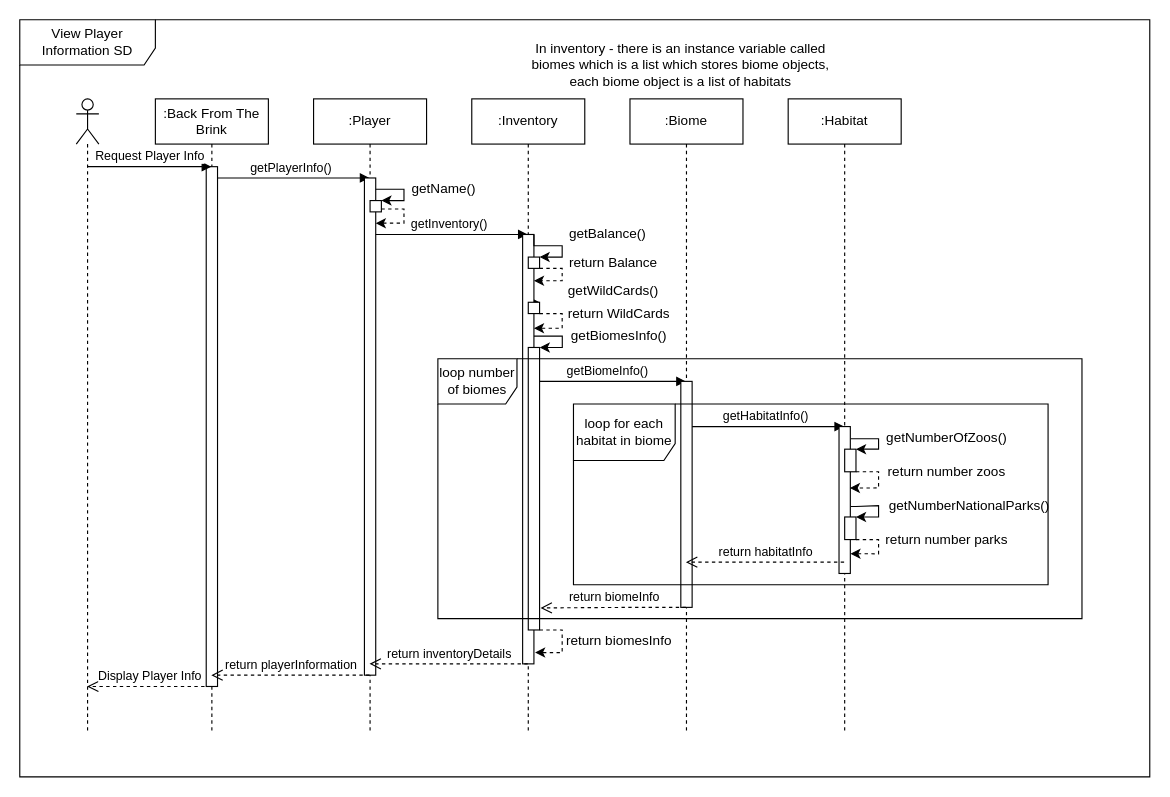
Earlier version of the draw.io diagram Documentation/Sequence Diagrams/View Player Information SD (draft).drawio (cmcgarry5/csc2058-2021-g25). Source tidied: cells renumbered, new cells numbered last; positions are measured from the earlier drawing's top-left corner, leaving out a move shared by most shapes. Both pictures are drawn from the tidied source at 113%, with x=0, y=0 at pixel (19, 19).
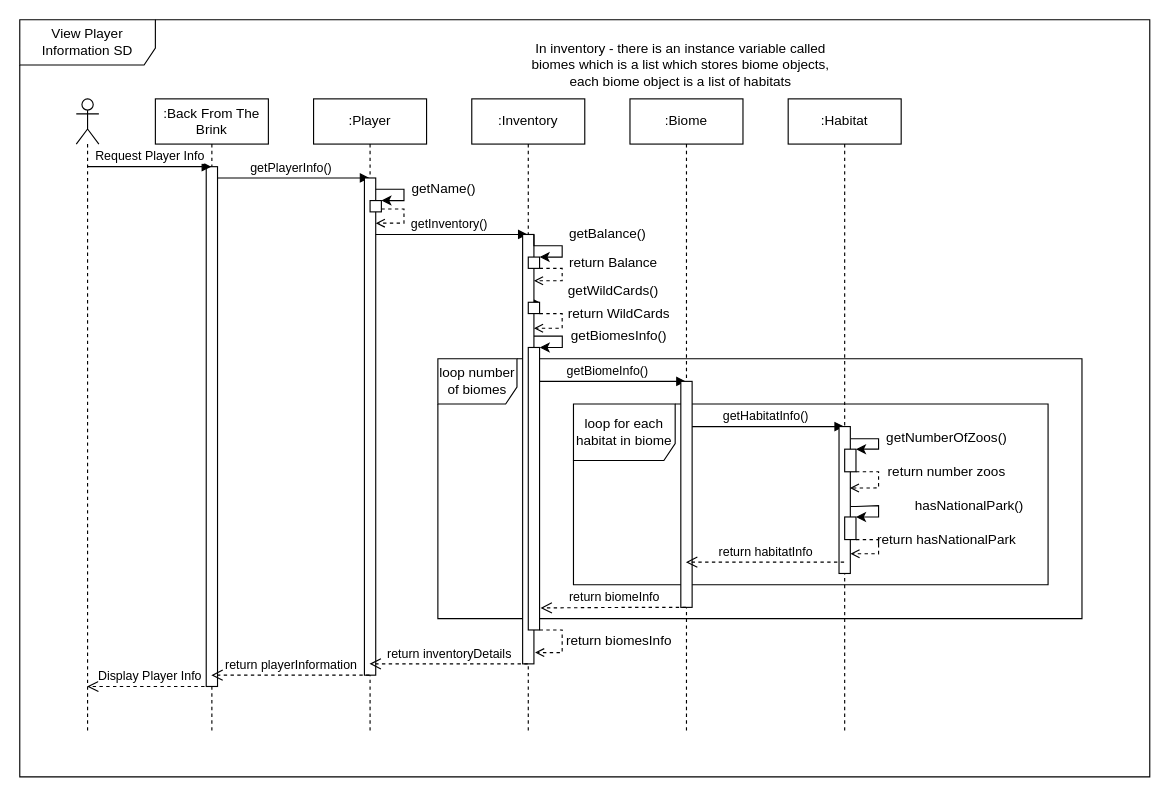
The same diagram, later.

The change refers to these unchanged cells:
```xml
<mxCell id="13" value=":Inventory" style="shape=umlLifeline;perimeter=lifelinePerimeter;whiteSpace=wrap;html=1;outlineConnect=0;" parent="1" vertex="1">
  <mxGeometry x="400" y="70" width="100" height="560" as="geometry" />
</mxCell>
<mxCell id="16" style="rounded=0;whiteSpace=wrap;html=1;" parent="13" vertex="1">
  <mxGeometry x="50" y="180" width="10" height="10" as="geometry" />
</mxCell>
<mxCell id="17" style="rounded=0;whiteSpace=wrap;html=1;" parent="13" vertex="1">
  <mxGeometry x="50" y="220" width="10" height="250" as="geometry" />
</mxCell>
<mxCell id="21" style="rounded=0;whiteSpace=wrap;html=1;" parent="1" vertex="1">
  <mxGeometry x="310" y="160" width="10" height="10" as="geometry" />
</mxCell>
<mxCell id="25" style="rounded=0;whiteSpace=wrap;html=1;" parent="1" vertex="1">
  <mxGeometry x="450" y="210" width="10" height="10" as="geometry" />
</mxCell>
<mxCell id="34" value=":Habitat" style="shape=umlLifeline;perimeter=lifelinePerimeter;whiteSpace=wrap;html=1;outlineConnect=0;" parent="1" vertex="1">
  <mxGeometry x="680" y="70" width="100" height="560" as="geometry" />
</mxCell>
<mxCell id="36" style="rounded=0;whiteSpace=wrap;html=1;" parent="34" vertex="1">
  <mxGeometry x="45" y="290" width="10" height="130" as="geometry" />
</mxCell>
<mxCell id="38" style="rounded=0;whiteSpace=wrap;html=1;" parent="34" vertex="1">
  <mxGeometry x="50" y="310" width="10" height="20" as="geometry" />
</mxCell>
<mxCell id="40" style="rounded=0;whiteSpace=wrap;html=1;" parent="34" vertex="1">
  <mxGeometry x="50" y="370" width="10" height="20" as="geometry" />
</mxCell>
```

Change to the diagram source:
```diff
@@
+    <mxCell id="52" value="loop for each habitat in biome" style="shape=umlFrame;whiteSpace=wrap;html=1;width=90;height=50;" parent="1" vertex="1">
+      <mxGeometry x="490" y="340" width="420" height="160" as="geometry" />
+    </mxCell>
+    <mxCell id="54" value="loop number of biomes" style="shape=umlFrame;whiteSpace=wrap;html=1;width=70;height=40;" parent="1" vertex="1">
+      <mxGeometry x="370" y="300" width="570" height="230" as="geometry" />
+    </mxCell>
+    <mxCell id="55" value="View Player Information SD" style="shape=umlFrame;whiteSpace=wrap;html=1;width=120;height=40;" parent="1" vertex="1">
+      <mxGeometry width="1000" height="670" as="geometry" />
+    </mxCell>
@@
-    <mxCell id="15" style="edgeStyle=orthogonalEdgeStyle;rounded=0;jettySize=auto;html=1;exitX=1;exitY=1;exitDx=0;exitDy=0;dashed=1;" parent="13" edge="1" source="16">
+    <mxCell id="15" style="edgeStyle=orthogonalEdgeStyle;rounded=0;jettySize=auto;html=1;exitX=1;exitY=1;exitDx=0;exitDy=0;dashed=1;endArrow=open;endFill=0;" parent="13" edge="1" source="16">
       <mxGeometry relative="1" as="geometry">
         <mxPoint x="55" y="203" as="targetPoint" />
         <Array as="points">
           <mxPoint x="80" y="190" />
           <mxPoint x="80" y="203" />
         </Array>
       </mxGeometry>
     </mxCell>
@@
-    <mxCell id="18" style="endArrow=classic;html=1;exitX=1;exitY=1;exitDx=0;exitDy=0;edgeStyle=orthogonalEdgeStyle;startArrow=none;startFill=0;rounded=0;dashed=1;" parent="13" edge="1" source="17">
+    <mxCell id="18" style="endArrow=open;html=1;exitX=1;exitY=1;exitDx=0;exitDy=0;edgeStyle=orthogonalEdgeStyle;startArrow=none;startFill=0;rounded=0;dashed=1;endFill=0;" parent="13" edge="1" source="17">
       <mxGeometry relative="1" as="geometry">
         <mxPoint x="56" y="490" as="targetPoint" />
         <Array as="points">
           <mxPoint x="80" y="470" />
           <mxPoint x="80" y="490" />
           <mxPoint x="56" y="490" />
         </Array>
       </mxGeometry>
     </mxCell>
@@
-    <mxCell id="20" style="edgeStyle=orthogonalEdgeStyle;rounded=0;jettySize=auto;html=1;exitX=1;exitY=0.75;exitDx=0;exitDy=0;dashed=1;" parent="1" edge="1" source="21">
+    <mxCell id="20" style="edgeStyle=orthogonalEdgeStyle;rounded=0;jettySize=auto;html=1;exitX=1;exitY=0.75;exitDx=0;exitDy=0;dashed=1;endArrow=open;endFill=0;" parent="1" edge="1" source="21">
       <mxGeometry relative="1" as="geometry">
         <mxPoint x="315" y="180" as="targetPoint" />
         <Array as="points">
           <mxPoint x="340" y="167" />
           <mxPoint x="340" y="180" />
         </Array>
       </mxGeometry>
     </mxCell>
@@
-    <mxCell id="24" style="edgeStyle=orthogonalEdgeStyle;rounded=0;jettySize=auto;html=1;exitX=1;exitY=1;exitDx=0;exitDy=0;dashed=1;" parent="1" edge="1" source="25">
+    <mxCell id="24" style="edgeStyle=orthogonalEdgeStyle;rounded=0;jettySize=auto;html=1;exitX=1;exitY=1;exitDx=0;exitDy=0;dashed=1;endArrow=open;endFill=0;" parent="1" edge="1" source="25">
       <mxGeometry relative="1" as="geometry">
         <mxPoint x="455" y="231" as="targetPoint" />
         <Array as="points">
           <mxPoint x="480" y="220" />
           <mxPoint x="480" y="231" />
         </Array>
       </mxGeometry>
     </mxCell>
@@
-    <mxCell id="37" style="edgeStyle=orthogonalEdgeStyle;rounded=0;jettySize=auto;html=1;exitX=1;exitY=1;exitDx=0;exitDy=0;entryX=0.957;entryY=0.418;entryDx=0;entryDy=0;entryPerimeter=0;dashed=1;" parent="34" edge="1" source="38" target="36">
+    <mxCell id="37" style="edgeStyle=orthogonalEdgeStyle;rounded=0;jettySize=auto;html=1;exitX=1;exitY=1;exitDx=0;exitDy=0;entryX=0.957;entryY=0.418;entryDx=0;entryDy=0;entryPerimeter=0;dashed=1;endArrow=open;endFill=0;" parent="34" edge="1" source="38" target="36">
       <mxGeometry relative="1" as="geometry">
         <Array as="points">
           <mxPoint x="80" y="330" />
           <mxPoint x="80" y="344" />
           <mxPoint x="55" y="344" />
         </Array>
       </mxGeometry>
     </mxCell>
@@
-    <mxCell id="39" style="edgeStyle=orthogonalEdgeStyle;rounded=0;jettySize=auto;html=1;exitX=1;exitY=1;exitDx=0;exitDy=0;dashed=1;entryX=1.008;entryY=0.866;entryDx=0;entryDy=0;entryPerimeter=0;" parent="34" edge="1" source="40" target="36">
+    <mxCell id="39" style="edgeStyle=orthogonalEdgeStyle;rounded=0;jettySize=auto;html=1;exitX=1;exitY=1;exitDx=0;exitDy=0;dashed=1;entryX=1.008;entryY=0.866;entryDx=0;entryDy=0;entryPerimeter=0;endArrow=open;endFill=0;" parent="34" edge="1" source="40" target="36">
       <mxGeometry relative="1" as="geometry">
         <Array as="points">
           <mxPoint x="80" y="390" />
           <mxPoint x="80" y="403" />
           <mxPoint x="55" y="403" />
         </Array>
       </mxGeometry>
     </mxCell>
@@
-    <mxCell id="50" value="getNumberNationalParks()" style="text;html=1;align=center;verticalAlign=middle;" parent="1" vertex="1">
-      <mxGeometry x="760" y="420" width="160" height="20" as="geometry" />
+    <mxCell id="50" value="hasNationalPark()" style="text;html=1;align=center;verticalAlign=middle;" parent="1" vertex="1">
+      <mxGeometry x="785" y="420" width="110" height="20" as="geometry" />
     </mxCell>
-    <mxCell id="51" value="return number parks" style="text;html=1;align=center;verticalAlign=middle;" parent="1" vertex="1">
-      <mxGeometry x="760" y="450" width="120" height="20" as="geometry" />
+    <mxCell id="51" value="return hasNationalPark" style="text;html=1;align=center;verticalAlign=middle;" parent="1" vertex="1">
+      <mxGeometry x="750" y="450" width="140" height="20" as="geometry" />
     </mxCell>
-    <mxCell id="52" value="loop for each habitat in biome" style="shape=umlFrame;whiteSpace=wrap;html=1;width=90;height=50;" parent="1" vertex="1">
-      <mxGeometry x="490" y="340" width="420" height="160" as="geometry" />
-    </mxCell>
@@
-    <mxCell id="54" value="loop number of biomes" style="shape=umlFrame;whiteSpace=wrap;html=1;width=70;height=40;" parent="1" vertex="1">
-      <mxGeometry x="370" y="300" width="570" height="230" as="geometry" />
-    </mxCell>
-    <mxCell id="55" value="View Player Information SD" style="shape=umlFrame;whiteSpace=wrap;html=1;width=120;height=40;" parent="1" vertex="1">
-      <mxGeometry width="1000" height="670" as="geometry" />
-    </mxCell>
```
